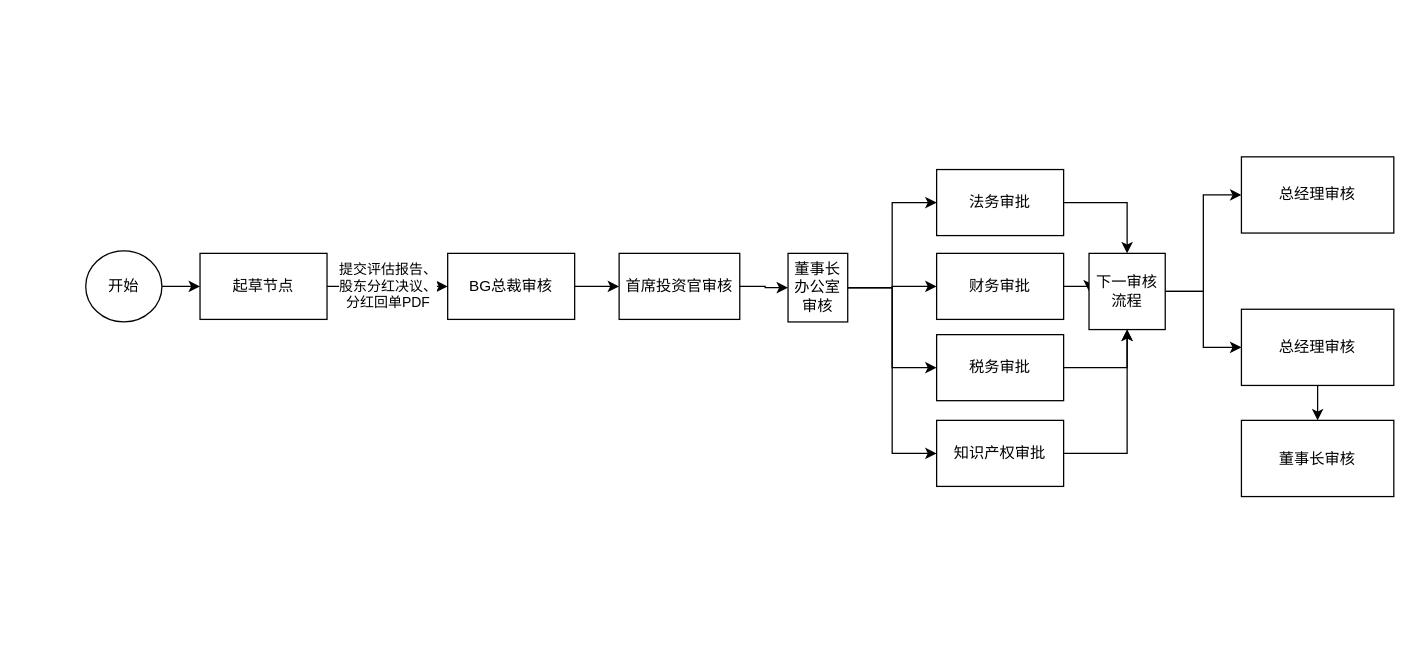
Above: 子公司信息.drawio in Rosecanoe/Intern-Summer-Guangzhou (draw.io), before the change. Source tidied: cells renumbered, new cells numbered last; positions are measured from the earlier drawing's top-left corner, leaving out a move shared by most shapes. Both pictures are drawn from the tidied source at 127%, with x=0, y=0 at pixel (85, 156).
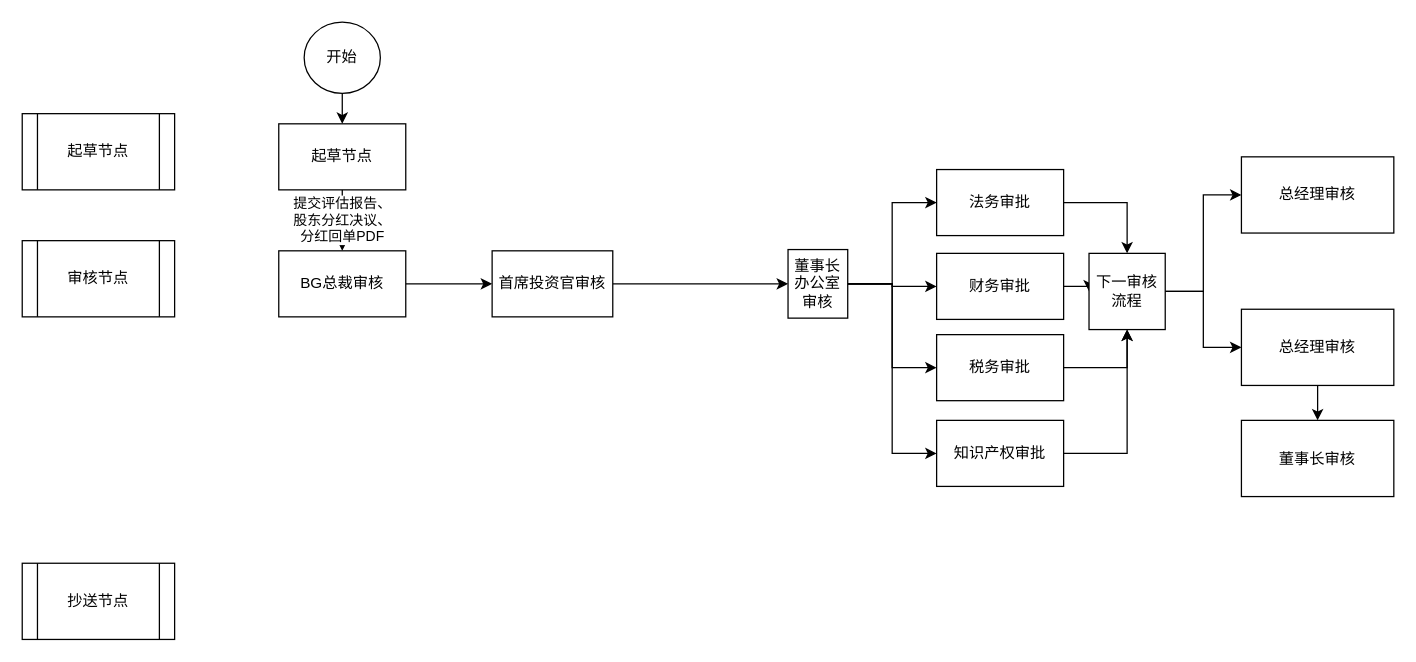
The same diagram, later.

Commit message (it also covers changes not shown here):
更新子公司信息.drawio

Diff of the diagram source:
```diff
@@
     <mxCell id="3" value="起草节点" style="rounded=0;whiteSpace=wrap;html=1;direction=west;" parent="1" vertex="1">
-      <mxGeometry x="90" y="76" width="100" height="52" as="geometry" />
+      <mxGeometry x="152" y="-26" width="100" height="52" as="geometry" />
     </mxCell>
@@
     <mxCell id="5" value="开始" style="ellipse;whiteSpace=wrap;html=1;direction=west;" parent="1" vertex="1">
-      <mxGeometry y="74" width="60" height="56" as="geometry" />
+      <mxGeometry x="172" y="-106" width="60" height="56" as="geometry" />
     </mxCell>
@@
     <mxCell id="7" value="BG总裁审核" style="rounded=0;whiteSpace=wrap;html=1;direction=west;" parent="1" vertex="1">
-      <mxGeometry x="285" y="76" width="100" height="52" as="geometry" />
+      <mxGeometry x="152" y="74" width="100" height="52" as="geometry" />
     </mxCell>
@@
     <mxCell id="9" value="首席投资官审核" style="rounded=0;whiteSpace=wrap;html=1;direction=west;" parent="1" vertex="1">
-      <mxGeometry x="420" y="76" width="95" height="52" as="geometry" />
+      <mxGeometry x="320" y="74" width="95" height="52" as="geometry" />
     </mxCell>
@@
     <mxCell id="14" value="董事长办公室审核" style="rounded=0;whiteSpace=wrap;html=1;direction=west;" parent="1" vertex="1">
-      <mxGeometry x="553" y="76" width="47" height="54" as="geometry" />
+      <mxGeometry x="553" y="73" width="47" height="54" as="geometry" />
     </mxCell>
@@
+    <mxCell id="30" value="起草节点" style="shape=process;whiteSpace=wrap;html=1;backgroundOutline=1;" parent="1" vertex="1">
+      <mxGeometry x="-50" y="-34" width="120" height="60" as="geometry" />
+    </mxCell>
+    <mxCell id="31" value="审核节点" style="shape=process;whiteSpace=wrap;html=1;backgroundOutline=1;" parent="1" vertex="1">
+      <mxGeometry x="-50" y="66" width="120" height="60" as="geometry" />
+    </mxCell>
+    <mxCell id="32" value="抄送节点" style="shape=process;whiteSpace=wrap;html=1;backgroundOutline=1;" parent="1" vertex="1">
+      <mxGeometry x="-50" y="320" width="120" height="60" as="geometry" />
+    </mxCell>
```
